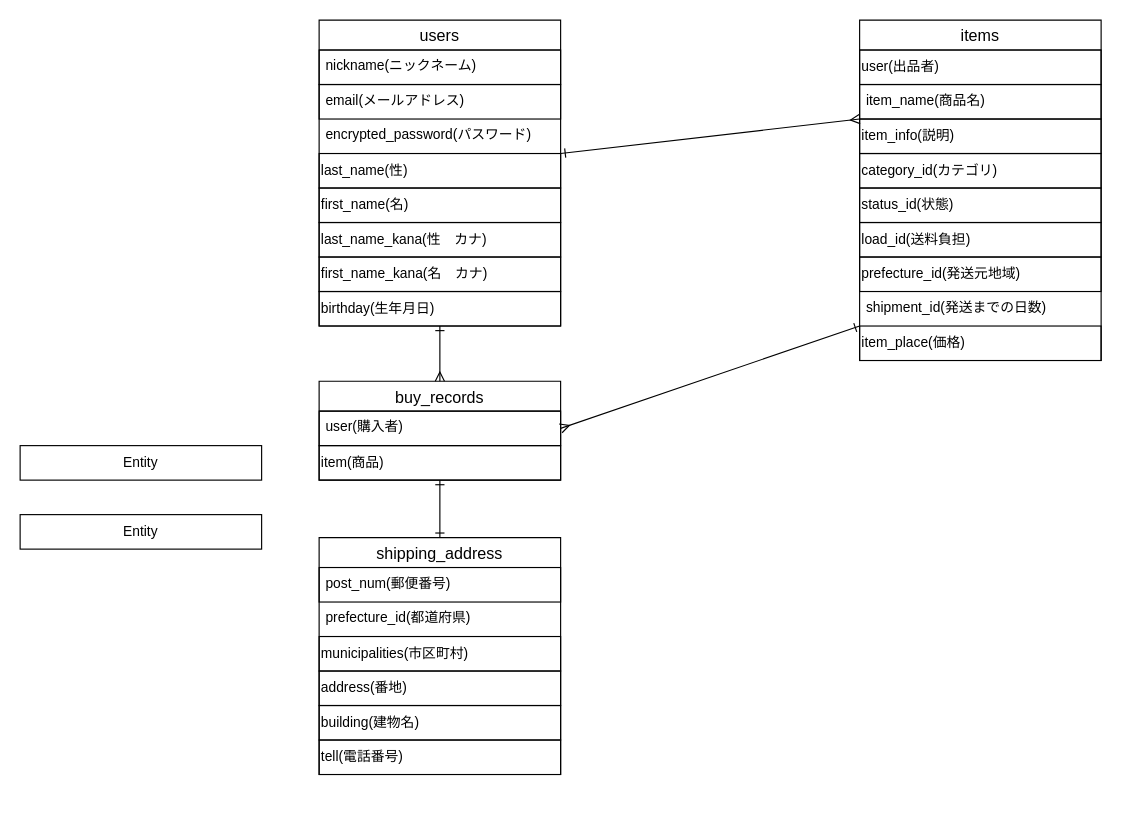
This is furima.dio from ko-4/furima-38289, a draw.io file, before an edit. Source tidied: cells renumbered, new cells numbered last; positions are measured from the earlier drawing's top-left corner, leaving out a move shared by most shapes. Both pictures are drawn from the tidied source at 115%, with x=0, y=0 at pixel (20, 20).
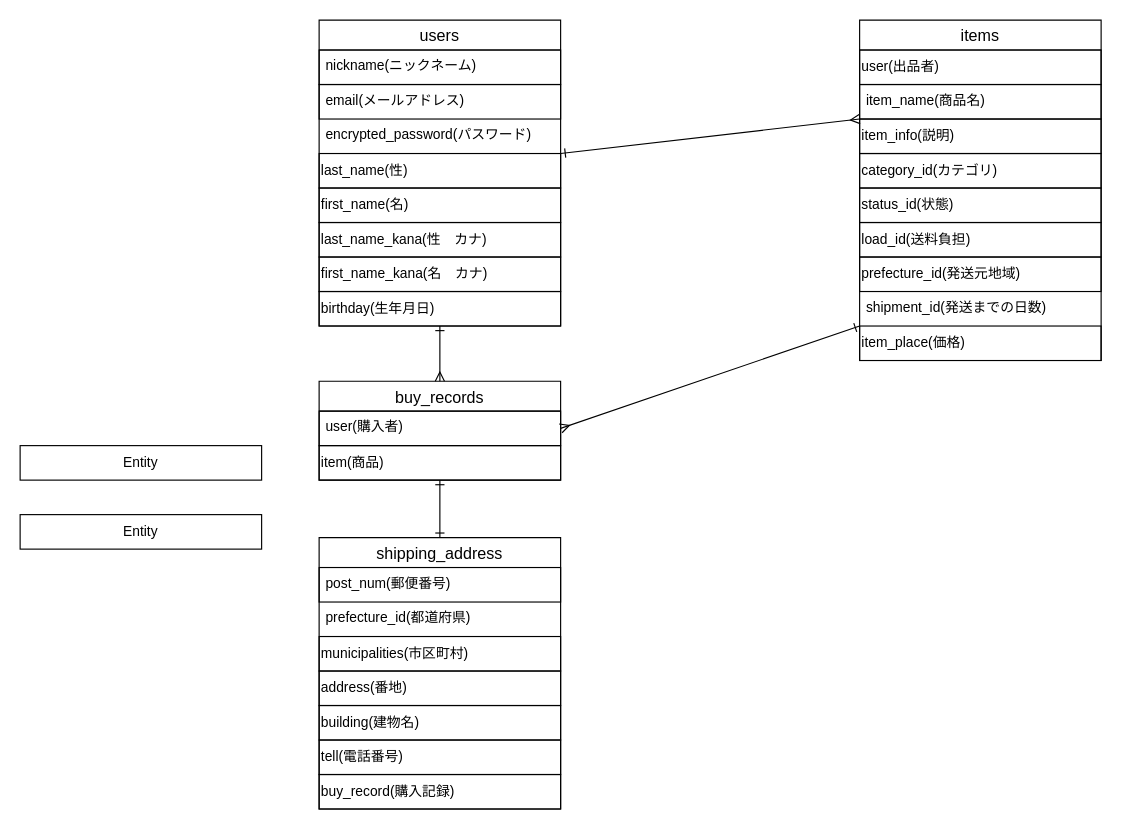
After the change.

Commit message:
テーブル設計-4-ER図修正

Diff of the diagram source:
```diff
@@
     <mxCell id="3" value="shipping_address" style="swimlane;fontStyle=0;horizontal=1;startSize=26;align=center;fontSize=14;" parent="1" vertex="1">
-      <mxGeometry x="260" y="450" width="210" height="206" as="geometry" />
+      <mxGeometry x="260" y="450" width="210" height="236" as="geometry" />
     </mxCell>
@@
+    <mxCell id="37" value="buy_record(購入記録)" style="whiteSpace=wrap;html=1;align=left;fillColor=none;" parent="3" vertex="1">
+      <mxGeometry y="206" width="210" height="30" as="geometry" />
+    </mxCell>
```
